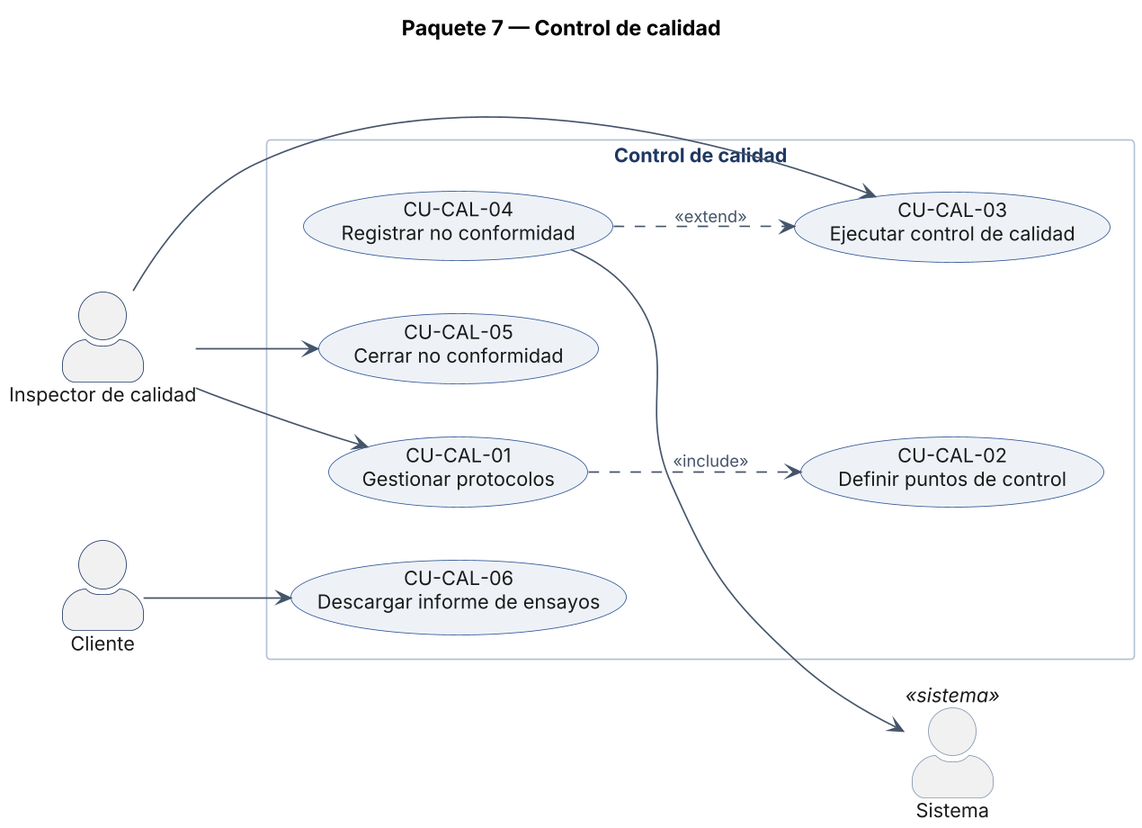
The PlantUML diagram Fase 2/Evidencias Proyecto/Evidencias de documentación/3. Análisis y diseño/SITRAFO_Diagramas_Casos_de_Uso/Diagramas de casos de uso/CU_P07_CAL.png in benjamindelgado-dev/SITRAFO, before a commit. Source of this version:
```plantuml
@startuml CU_P07_CAL
title Paquete 7 — Control de calidad
!include _skin_cu.txt
actor "Inspector de calidad" as INS
actor "Cliente" as CLI
actor "Sistema" as SIS <<sistema>>
rectangle "Control de calidad" {
  usecase "CU-CAL-01\nGestionar protocolos" as CU_CAL_01
  usecase "CU-CAL-02\nDefinir puntos de control" as CU_CAL_02
  usecase "CU-CAL-03\nEjecutar control de calidad" as CU_CAL_03
  usecase "CU-CAL-04\nRegistrar no conformidad" as CU_CAL_04
  usecase "CU-CAL-05\nCerrar no conformidad" as CU_CAL_05
  usecase "CU-CAL-06\nDescargar informe de ensayos" as CU_CAL_06
}
INS --> CU_CAL_01
INS --> CU_CAL_03
INS --> CU_CAL_05
CLI --> CU_CAL_06
CU_CAL_04 --> SIS
CU_CAL_01 ..> CU_CAL_02 : <<include>>
CU_CAL_04 ..> CU_CAL_03 : <<extend>>
@enduml
```
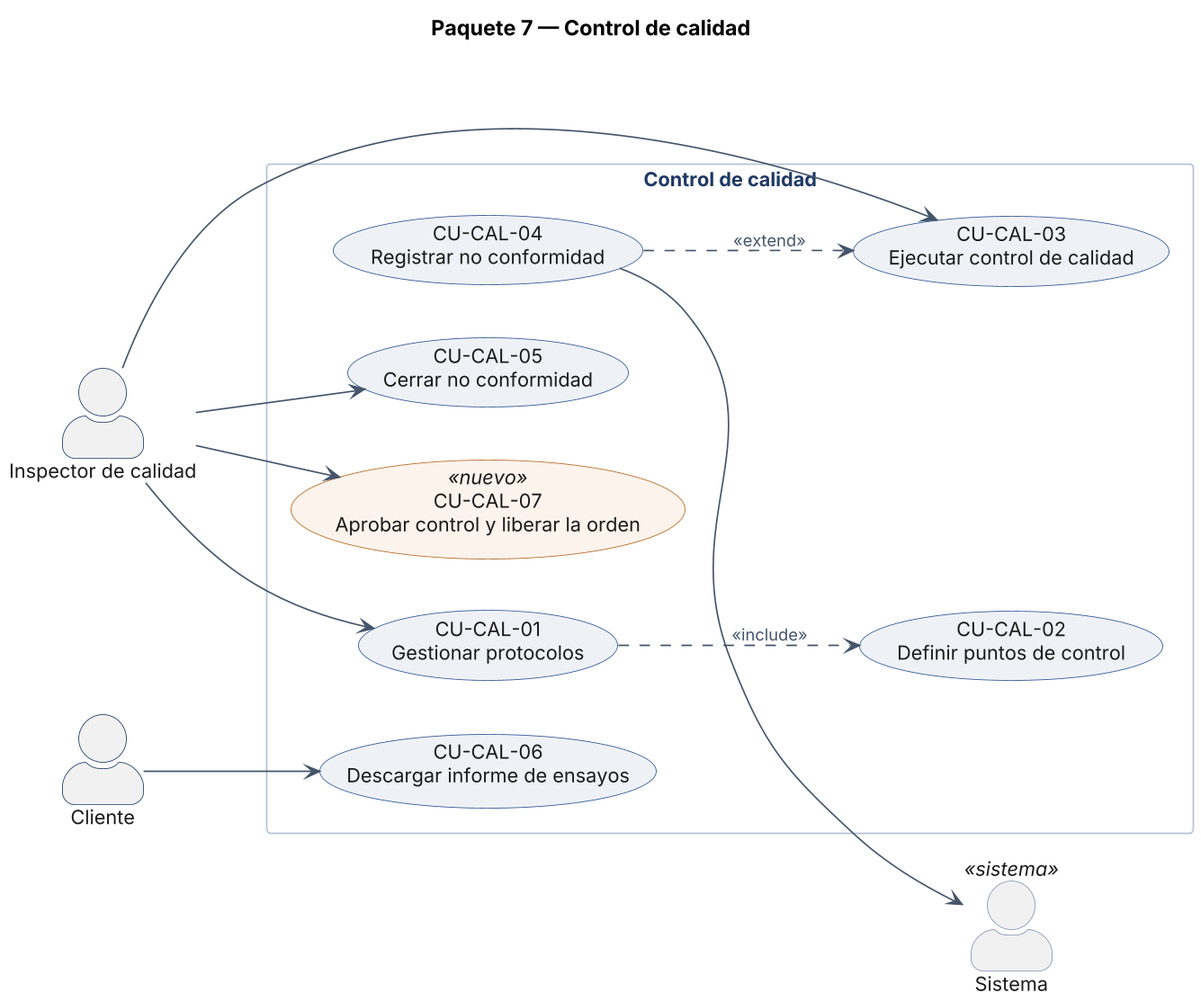
The same file after the commit.

The edit, as a diff of the source:
```diff
@@ -11,10 +11,12 @@
   usecase "CU-CAL-04\nRegistrar no conformidad" as CU_CAL_04
   usecase "CU-CAL-05\nCerrar no conformidad" as CU_CAL_05
   usecase "CU-CAL-06\nDescargar informe de ensayos" as CU_CAL_06
+  usecase "CU-CAL-07\nAprobar control y liberar la orden" as CU_CAL_07 <<nuevo>>
 }
 INS --> CU_CAL_01
 INS --> CU_CAL_03
 INS --> CU_CAL_05
+INS --> CU_CAL_07
 CLI --> CU_CAL_06
 CU_CAL_04 --> SIS
 CU_CAL_01 ..> CU_CAL_02 : <<include>>
```
